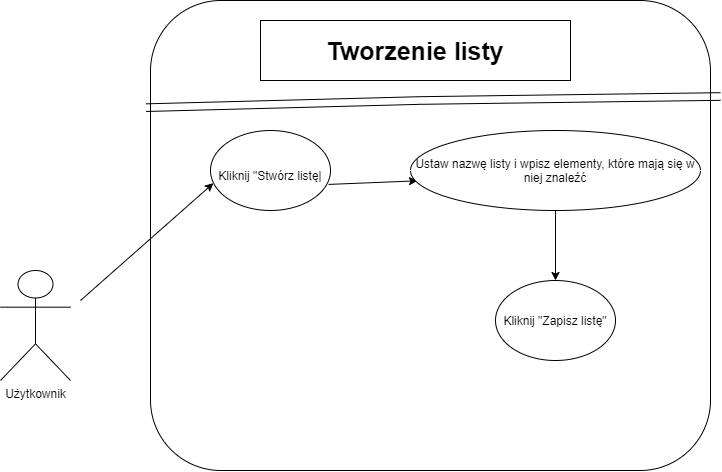
This is Diagramy.png from MurzyNN-star/SCI_INF, a draw.io export, as it was before one commit. Source tidied: cells renumbered, new cells last; positions are measured from the earlier drawing's top-left corner, leaving out a move shared by most shapes. Source of this version:
```xml
<mxGraphModel>
  <root>
    <mxCell id="0" />
    <mxCell id="1" parent="0" />
    <mxCell id="2" value="Użytkownik&lt;br&gt;" style="shape=umlActor;verticalLabelPosition=bottom;verticalAlign=top;html=1;" parent="1" vertex="1">
      <mxGeometry y="270" width="70" height="110" as="geometry" />
    </mxCell>
    <mxCell id="3" style="rounded=1;whiteSpace=wrap;html=1;" parent="1" vertex="1">
      <mxGeometry x="150" width="560" height="470" as="geometry" />
    </mxCell>
    <mxCell id="4" style="shape=link;html=1;rounded=0;entryX=-0.008;entryY=0.228;entryDx=0;entryDy=0;entryPerimeter=0;width=7.647058823529413;" parent="1" edge="1" target="3">
      <mxGeometry relative="1" as="geometry">
        <mxPoint x="720" y="96" as="sourcePoint" />
        <Array as="points">
          <mxPoint x="420" y="100" />
        </Array>
      </mxGeometry>
    </mxCell>
    <mxCell id="5" value="&lt;b&gt;&lt;font style=&quot;font-size: 25px&quot;&gt;Tworzenie listy&lt;/font&gt;&lt;/b&gt;" style="rounded=0;whiteSpace=wrap;html=1;" parent="1" vertex="1">
      <mxGeometry x="260" y="20" width="310" height="60" as="geometry" />
    </mxCell>
    <mxCell id="6" value="&lt;span style=&quot;font-size: 12px&quot;&gt;Kliknij &quot;Stwórz listę|&lt;/span&gt;" style="ellipse;whiteSpace=wrap;html=1;fontSize=25;" parent="1" vertex="1">
      <mxGeometry x="210" y="130" width="120" height="80" as="geometry" />
    </mxCell>
    <mxCell id="7" style="endArrow=classic;html=1;rounded=0;fontSize=12;entryX=0.024;entryY=0.659;entryDx=0;entryDy=0;entryPerimeter=0;" parent="1" edge="1" target="6">
      <mxGeometry relative="1" as="geometry">
        <mxPoint x="80" y="300" as="sourcePoint" />
      </mxGeometry>
    </mxCell>
    <mxCell id="8" style="endArrow=classic;html=1;rounded=0;fontSize=12;exitX=0.984;exitY=0.674;exitDx=0;exitDy=0;exitPerimeter=0;entryX=0.024;entryY=0.629;entryDx=0;entryDy=0;entryPerimeter=0;" parent="1" edge="1" source="6" target="9">
      <mxGeometry relative="1" as="geometry" />
    </mxCell>
    <mxCell id="9" value="Ustaw nazwę listy i wpisz elementy, które mają się w niej znaleźć" style="ellipse;whiteSpace=wrap;html=1;fontSize=12;" parent="1" vertex="1">
      <mxGeometry x="410" y="130" width="290" height="80" as="geometry" />
    </mxCell>
    <mxCell id="10" value="Kliknij &quot;Zapisz listę&quot;" style="ellipse;whiteSpace=wrap;html=1;fontSize=12;" parent="1" vertex="1">
      <mxGeometry x="495" y="280" width="120" height="80" as="geometry" />
    </mxCell>
    <mxCell id="11" style="endArrow=classic;html=1;rounded=0;fontSize=12;exitX=0.5;exitY=1;exitDx=0;exitDy=0;" parent="1" edge="1" source="9" target="10">
      <mxGeometry relative="1" as="geometry" />
    </mxCell>
  </root>
</mxGraphModel>
```
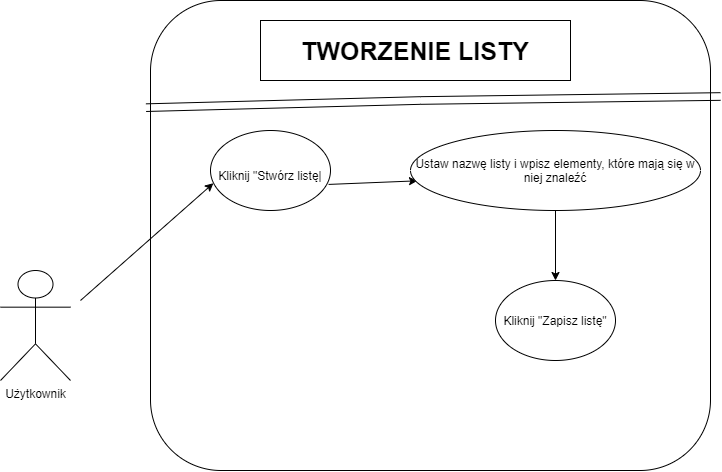
After the commit.

The edit, as a diff of the source:
```diff
@@ -16,7 +16,7 @@
         </Array>
       </mxGeometry>
     </mxCell>
-    <mxCell id="5" value="&lt;b&gt;&lt;font style=&quot;font-size: 25px&quot;&gt;Tworzenie listy&lt;/font&gt;&lt;/b&gt;" style="rounded=0;whiteSpace=wrap;html=1;" parent="1" vertex="1">
+    <mxCell id="5" value="&lt;span style=&quot;font-size: 25px&quot;&gt;&lt;b&gt;TWORZENIE LISTY&lt;/b&gt;&lt;/span&gt;" style="rounded=0;whiteSpace=wrap;html=1;" parent="1" vertex="1">
       <mxGeometry x="260" y="20" width="310" height="60" as="geometry" />
     </mxCell>
     <mxCell id="6" value="&lt;span style=&quot;font-size: 12px&quot;&gt;Kliknij &quot;Stwórz listę|&lt;/span&gt;" style="ellipse;whiteSpace=wrap;html=1;fontSize=25;" parent="1" vertex="1">
```
